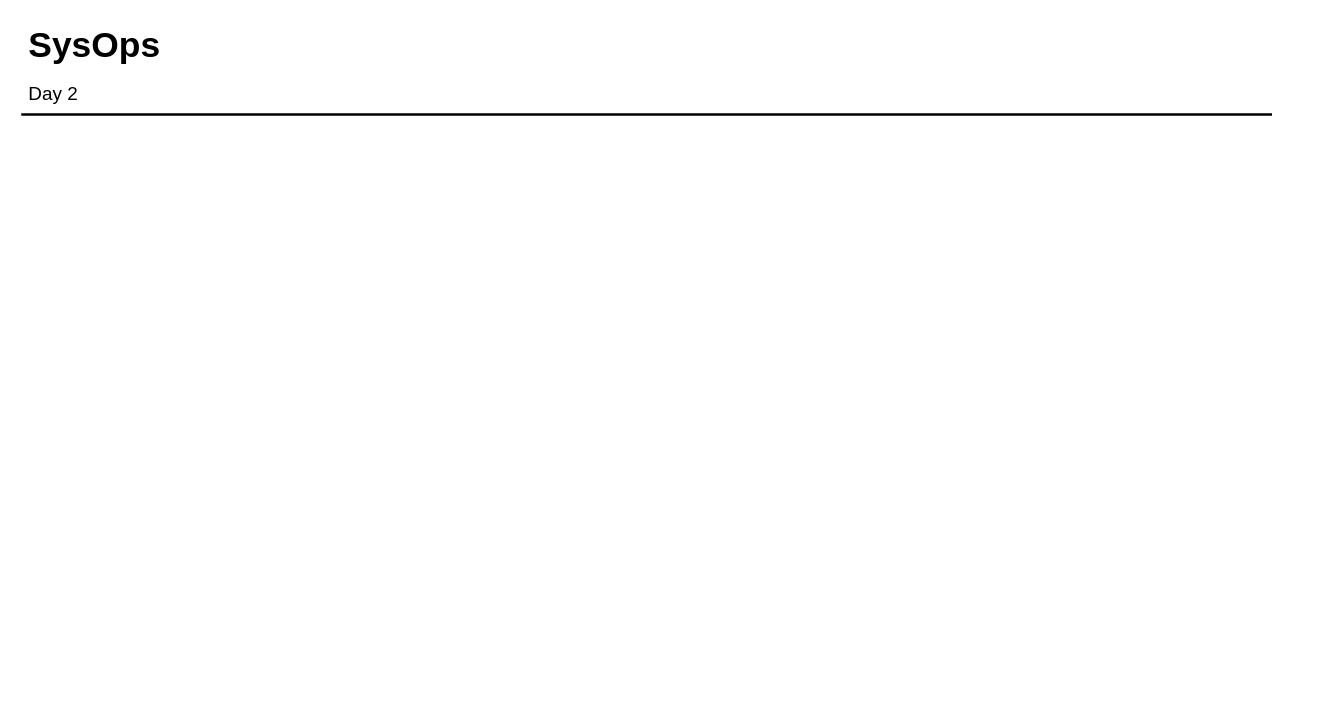
Before: page "Page-2" (1 of 2) of tsystems-sysops-day2.drawio in taupoali/awsdiagrams, a draw.io diagram. Source tidied: cells renumbered, new cells numbered last; positions are measured from the earlier drawing's top-left corner, leaving out a move shared by most shapes. Both pictures are drawn from the tidied source at 118%, with x=0, y=0 at pixel (20, 19).
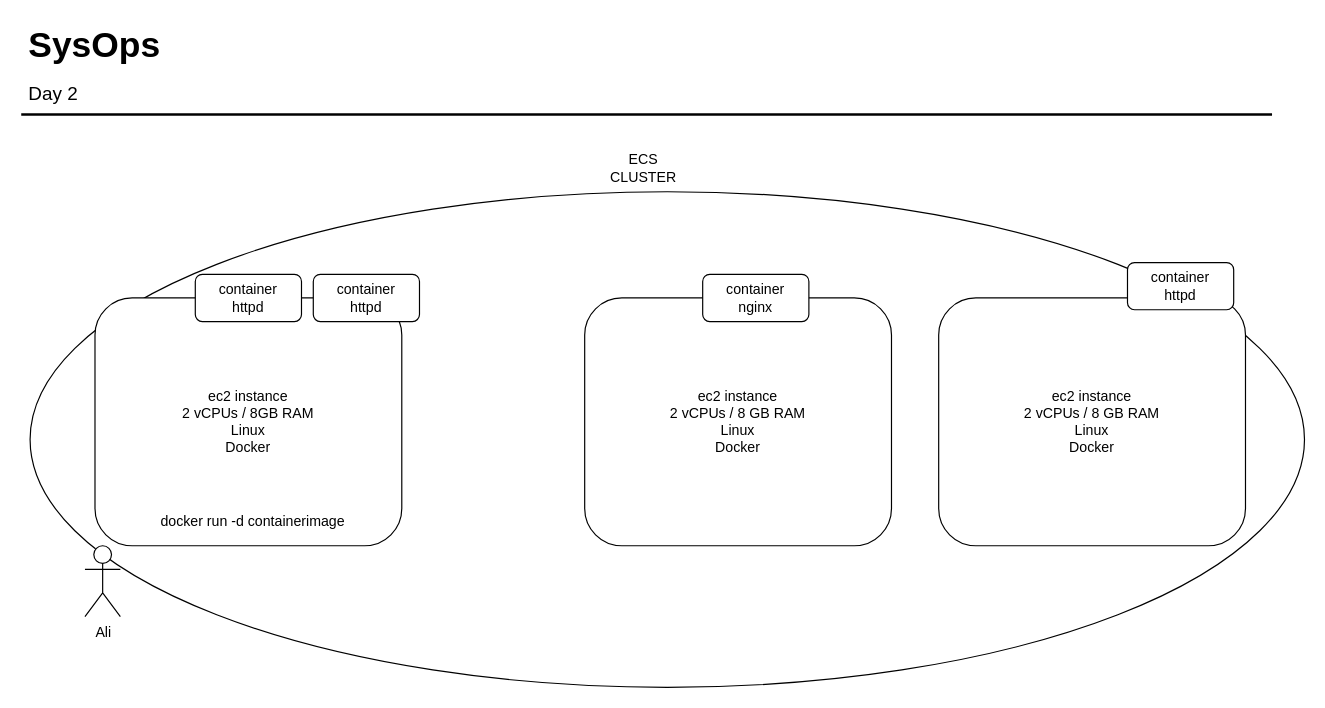
The same diagram, later.

What changed in the source:
```diff
@@
 <mxGraphModel>
   <root>
     <mxCell id="0" />
     <mxCell id="1" parent="0" />
+    <mxCell id="5" style="ellipse;whiteSpace=wrap;html=1;" parent="1" vertex="1">
+      <mxGeometry x="8" y="146" width="1080" height="420" as="geometry" />
+    </mxCell>
     <mxCell id="2" value="SysOps" style="text;html=1;align=left;verticalAlign=top;spacingTop=-4;fontSize=30;fontStyle=1;" parent="1" vertex="1">
       <mxGeometry x="4.5" y="0.5" width="130" height="40" as="geometry" />
     </mxCell>
     <mxCell id="3" value="Day 2" style="text;html=1;align=left;verticalAlign=top;spacingTop=-4;fontSize=16;" parent="1" vertex="1">
       <mxGeometry x="4.5" y="50.5" width="60" height="20" as="geometry" />
     </mxCell>
     <mxCell id="4" style="line;strokeWidth=2;html=1;fontSize=14;" parent="1" vertex="1">
       <mxGeometry x="0.5" y="75.5" width="1060" height="10" as="geometry" />
     </mxCell>
+    <mxCell id="6" value="ec2 instance&lt;br&gt;2 vCPUs / 8GB RAM&lt;br&gt;Linux&lt;br&gt;Docker" style="rounded=1;whiteSpace=wrap;html=1;" parent="1" vertex="1">
+      <mxGeometry x="63" y="236" width="260" height="210" as="geometry" />
+    </mxCell>
+    <mxCell id="7" value="container&lt;br&gt;httpd" style="rounded=1;whiteSpace=wrap;html=1;" parent="1" vertex="1">
+      <mxGeometry x="148" y="216" width="90" height="40" as="geometry" />
+    </mxCell>
+    <mxCell id="8" value="container&lt;br&gt;httpd" style="rounded=1;whiteSpace=wrap;html=1;" parent="1" vertex="1">
+      <mxGeometry x="248" y="216" width="90" height="40" as="geometry" />
+    </mxCell>
+    <mxCell id="9" value="ec2 instance&lt;br&gt;2 vCPUs / 8 GB RAM&lt;br&gt;Linux&lt;br&gt;Docker" style="rounded=1;whiteSpace=wrap;html=1;" parent="1" vertex="1">
+      <mxGeometry x="478" y="236" width="260" height="210" as="geometry" />
+    </mxCell>
+    <mxCell id="10" value="Ali" style="shape=umlActor;verticalLabelPosition=bottom;verticalAlign=top;html=1;" parent="1" vertex="1">
+      <mxGeometry x="54.5" y="446" width="30" height="60" as="geometry" />
+    </mxCell>
+    <mxCell id="11" value="docker run -d containerimage" style="text;html=1;strokeColor=none;fillColor=none;align=center;verticalAlign=middle;whiteSpace=wrap;rounded=0;" parent="1" vertex="1">
+      <mxGeometry x="84.5" y="416" width="223.5" height="20" as="geometry" />
+    </mxCell>
+    <mxCell id="12" value="ec2 instance&lt;br&gt;2 vCPUs / 8 GB RAM&lt;br&gt;Linux&lt;br&gt;Docker" style="rounded=1;whiteSpace=wrap;html=1;" parent="1" vertex="1">
+      <mxGeometry x="778" y="236" width="260" height="210" as="geometry" />
+    </mxCell>
+    <mxCell id="13" value="container&lt;br&gt;nginx" style="rounded=1;whiteSpace=wrap;html=1;" parent="1" vertex="1">
+      <mxGeometry x="578" y="216" width="90" height="40" as="geometry" />
+    </mxCell>
+    <mxCell id="14" value="container&lt;br&gt;httpd" style="rounded=1;whiteSpace=wrap;html=1;" parent="1" vertex="1">
+      <mxGeometry x="938" y="206" width="90" height="40" as="geometry" />
+    </mxCell>
+    <mxCell id="15" value="ECS CLUSTER" style="text;html=1;strokeColor=none;fillColor=none;align=center;verticalAlign=middle;whiteSpace=wrap;rounded=0;" parent="1" vertex="1">
+      <mxGeometry x="508" y="116" width="40" height="20" as="geometry" />
+    </mxCell>
   </root>
 </mxGraphModel>
```
